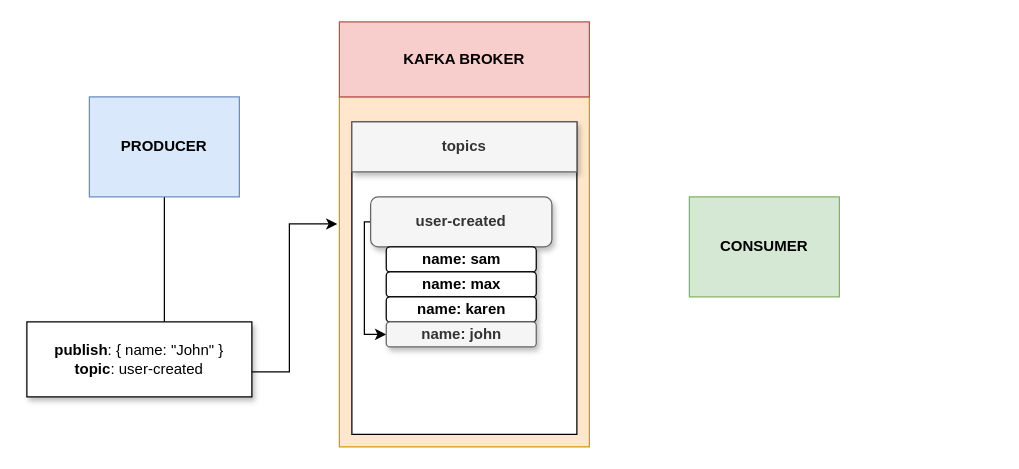
Above: architecture.drawio in karankumarshreds/NodeKafka (draw.io), before the change. Source tidied: cells renumbered, new cells numbered last; positions are measured from the earlier drawing's top-left corner, leaving out a move shared by most shapes. Both pictures are drawn from the tidied source at 125%, with x=0, y=0 at pixel (26, 21).
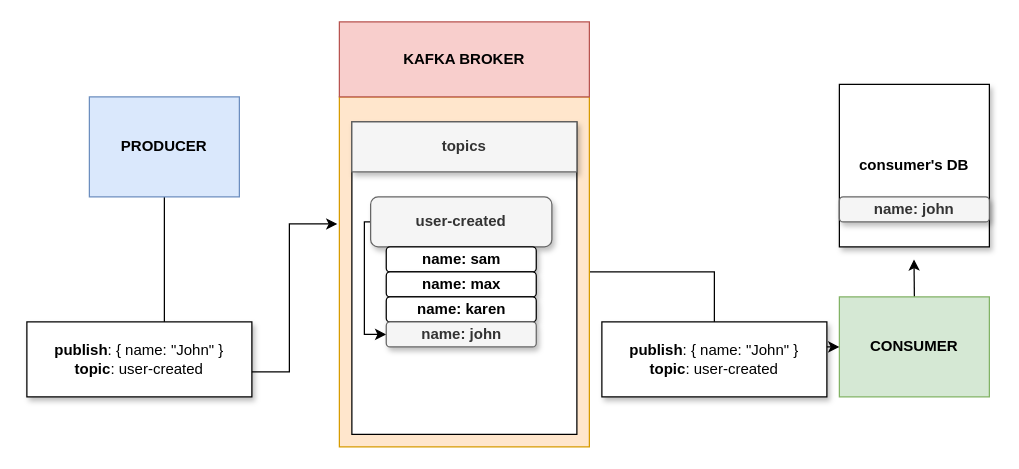
The same diagram, later.

Unchanged cells that the change refers to:
```xml
<mxCell id="5" style="rounded=0;whiteSpace=wrap;html=1;fillColor=#ffe6cc;strokeColor=#d79b00;" parent="1" vertex="1">
  <mxGeometry x="250" y="60" width="200" height="280" as="geometry" />
</mxCell>
```

The edit, as a diff of the source:
```diff
@@
+    <mxCell id="16" style="edgeStyle=orthogonalEdgeStyle;rounded=0;jettySize=auto;html=1;exitX=0.5;exitY=0;exitDx=0;exitDy=0;" parent="1" edge="1" source="4">
+      <mxGeometry relative="1" as="geometry">
+        <mxPoint x="709.7" y="190" as="targetPoint" />
+      </mxGeometry>
+    </mxCell>
     <mxCell id="4" value="&lt;b&gt;CONSUMER&lt;/b&gt;" style="rounded=0;whiteSpace=wrap;html=1;fillColor=#d5e8d4;strokeColor=#82b366;" parent="1" vertex="1">
-      <mxGeometry x="530" y="140" width="120" height="80" as="geometry" />
+      <mxGeometry x="650" y="220" width="120" height="80" as="geometry" />
     </mxCell>
+    <mxCell id="17" style="edgeStyle=orthogonalEdgeStyle;rounded=0;jettySize=auto;html=1;exitX=1;exitY=0.5;exitDx=0;exitDy=0;" parent="1" edge="1" source="5" target="4">
+      <mxGeometry relative="1" as="geometry" />
+    </mxCell>
@@
+    <mxCell id="18" value="&lt;b&gt;consumer's DB&lt;/b&gt;" style="rounded=0;whiteSpace=wrap;html=1;shadow=1;" parent="1" vertex="1">
+      <mxGeometry x="650" y="50" width="120" height="130" as="geometry" />
+    </mxCell>
+    <mxCell id="19" value="&lt;b&gt;publish&lt;/b&gt;: { name: &quot;John&quot; }&lt;br&gt;&lt;b&gt;topic&lt;/b&gt;: user-created" style="rounded=0;whiteSpace=wrap;html=1;shadow=1;" parent="1" vertex="1">
+      <mxGeometry x="460" y="240" width="180" height="60" as="geometry" />
+    </mxCell>
+    <mxCell id="20" value="&lt;b&gt;name: john&lt;/b&gt;" style="rounded=1;whiteSpace=wrap;html=1;shadow=1;fillColor=#f5f5f5;strokeColor=#666666;fontColor=#333333;" parent="1" vertex="1">
+      <mxGeometry x="650" y="140" width="120" height="20" as="geometry" />
+    </mxCell>
```
